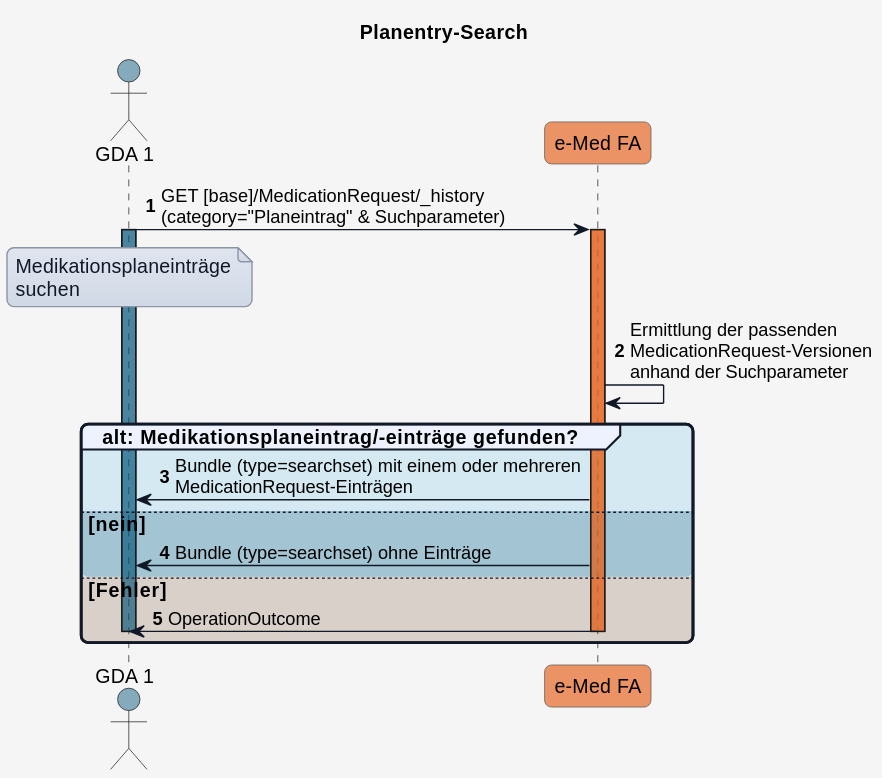
Before: r4-ELGA-e-Medikation-main/plantuml/UC_eMed_01_04.svg, a diagram exported from PlantUML (HL7Austria/hl7austria.github.io).
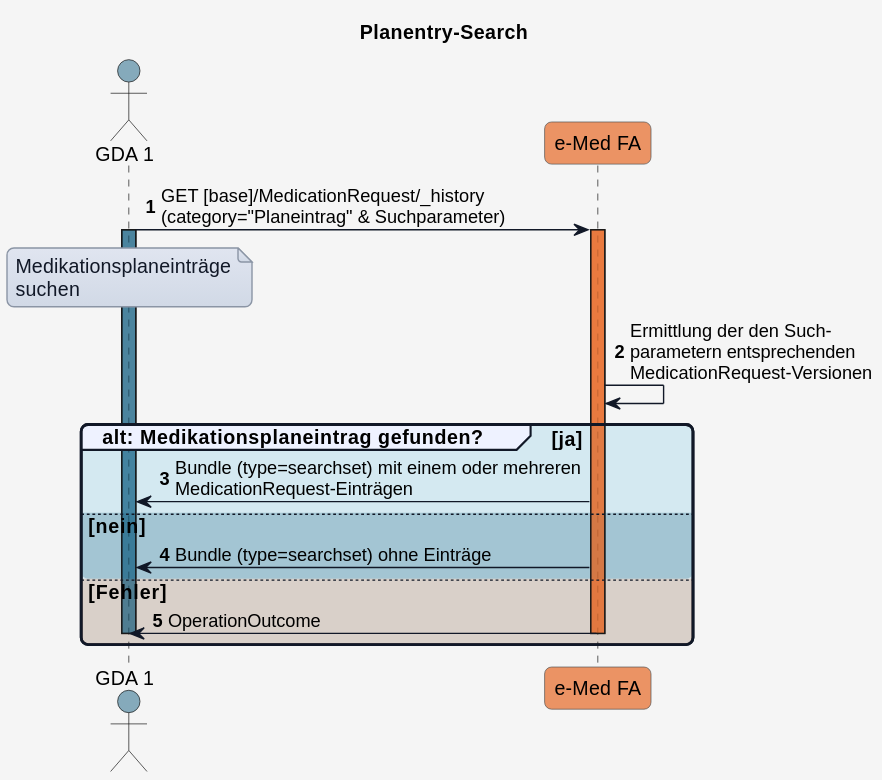
The same file after the commit.

The edit, as a diff of the source:
```diff
@@ -60,9 +60,9 @@
 end note
 
 activate eMed_FA COLOR_EMED_FA
-eMed_FA -> eMed_FA: Ermittlung der passenden\nMedicationRequest-Versionen\nanhand der Suchparameter
+eMed_FA -> eMed_FA: Ermittlung der den Such-\nparametern entsprechenden\nMedicationRequest-Versionen
 
-group COLOR_OK alt: Medikationsplaneintrag/-einträge gefunden?
+group COLOR_OK alt: Medikationsplaneintrag gefunden? [ja]
   eMed_FA -> GDA_1: Bundle (type=searchset) mit einem oder mehreren\nMedicationRequest-Einträgen
 else COLOR_OK_2 nein
   eMed_FA -> GDA_1: Bundle (type=searchset) ohne Einträge
```
